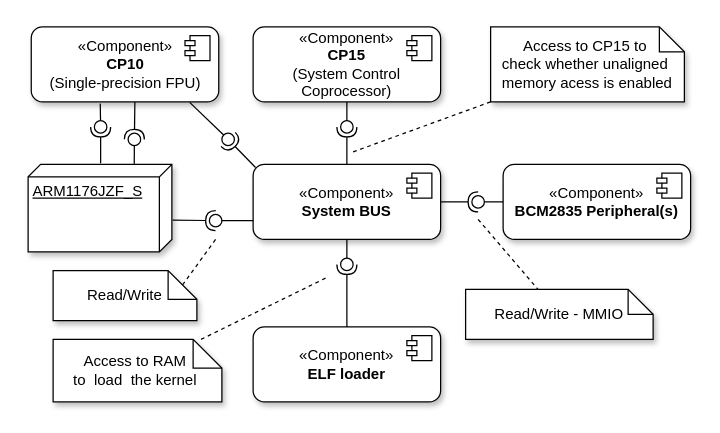
This is docs/diagrams/core_component_diagram.drawio from silhavyj/ZeroMate, a draw.io file, before an edit. Source tidied: cells renumbered, new cells numbered last; positions are measured from the earlier drawing's top-left corner, leaving out a move shared by most shapes. Both pictures are drawn from the tidied source at 125%, with x=0, y=0 at pixel (28, 26).
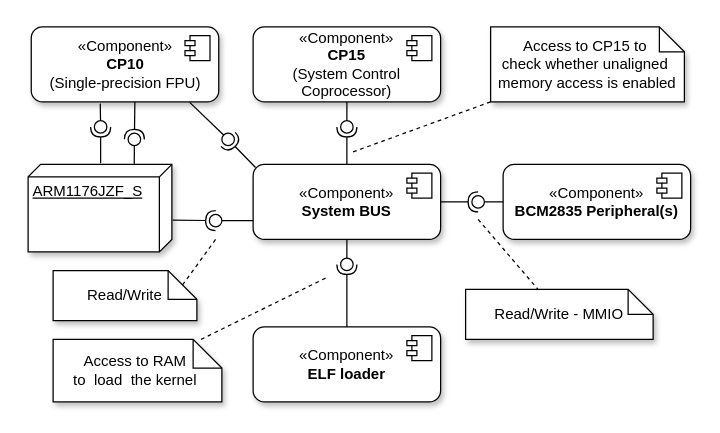
The same diagram, later.

Change to the diagram source:
```diff
@@
-    <mxCell id="26" value="&lt;div style=&quot;&quot;&gt;Access to CP15 to&amp;nbsp;&lt;/div&gt;&lt;div style=&quot;&quot;&gt;check whether unaligned&amp;nbsp;&lt;/div&gt;&lt;div style=&quot;&quot;&gt;memory acess is enabled&lt;/div&gt;" style="shape=note;size=20;whiteSpace=wrap;html=1;align=center;shadow=1;fontFamily=Computer Modern;" parent="1" vertex="1">
+    <mxCell id="26" value="&lt;div style=&quot;&quot;&gt;Access to CP15 to&amp;nbsp;&lt;/div&gt;&lt;div style=&quot;&quot;&gt;check whether unaligned&amp;nbsp;&lt;/div&gt;&lt;div style=&quot;&quot;&gt;memory access is enabled&lt;/div&gt;" style="shape=note;size=20;whiteSpace=wrap;html=1;align=center;shadow=1;fontFamily=Computer Modern;" parent="1" vertex="1">
       <mxGeometry x="370" width="155" height="60" as="geometry" />
     </mxCell>
```
